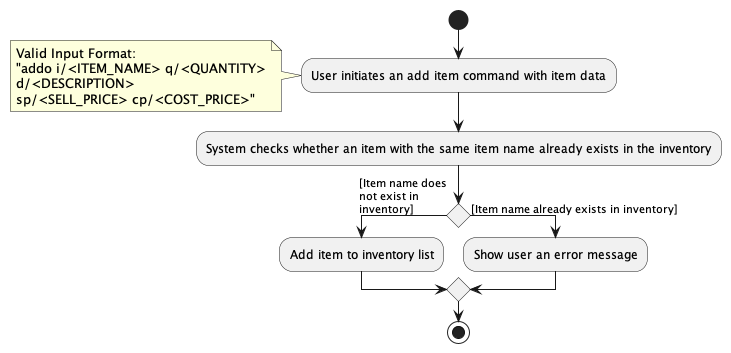
Above: docs/images/developer-guide/AddItemActivityDiagram.png in nus-cs2103-AY2223S1/tp (PlantUML), before the change.
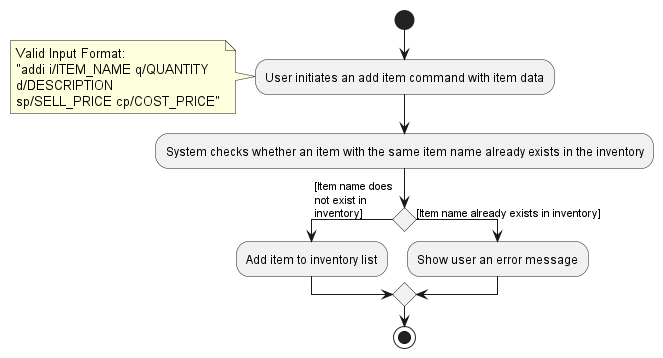
Later version of the same file.

Change to the diagram source:
```diff
@@ -3,7 +3,7 @@
 
 start
 :User initiates an add item command with item data;
-note :Valid Input Format: \n"addo i/<ITEM_NAME> q/<QUANTITY>\nd/<DESCRIPTION>\nsp/<SELL_PRICE> cp/<COST_PRICE>"
+note :Valid Input Format: \n"addi i/ITEM_NAME q/QUANTITY\nd/DESCRIPTION\nsp/SELL_PRICE cp/COST_PRICE"
 :System checks whether an item with the same item name already exists in the inventory;
 if () then ([Item name does\nnot exist in\ninventory])
   :Add item to inventory list;
```
